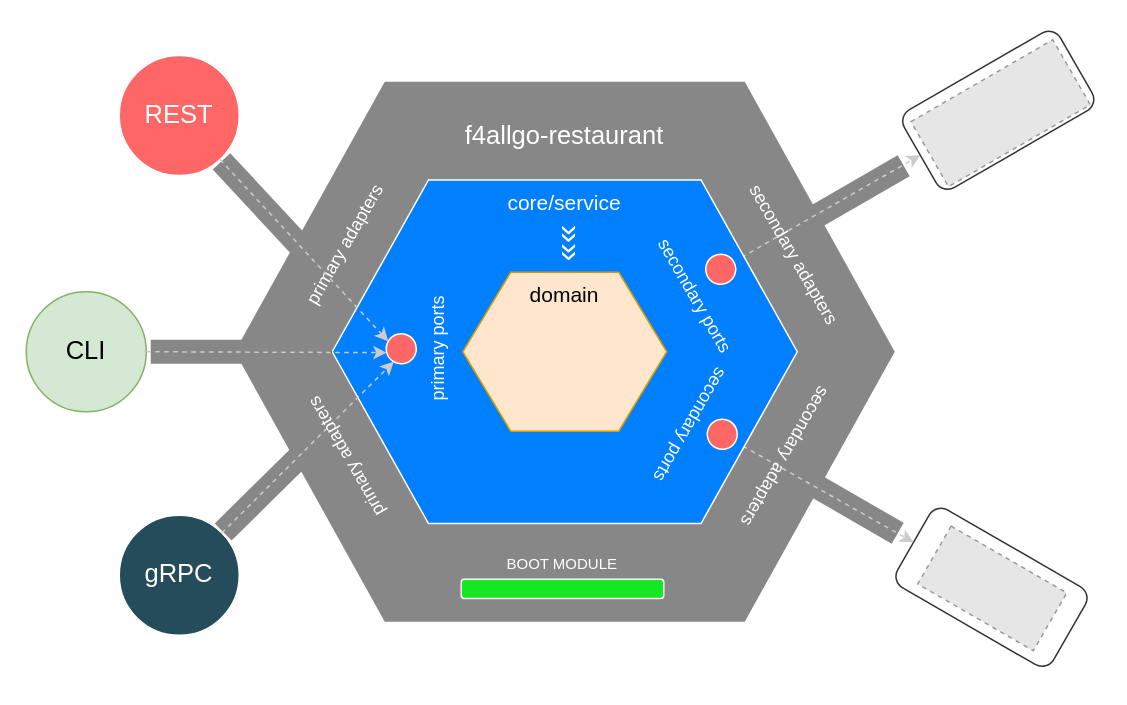
3rs4lg4d0/f4allgo-restaurant keeps this draw.io diagram as assets/draw.io/f4allgo-restaurant-hex-architecture.drawio. Above is the earlier version. Source tidied: cells renumbered, new cells numbered last; positions are measured from the earlier drawing's top-left corner, leaving out a move shared by most shapes. Both pictures are drawn from the tidied source at 150%, with x=0, y=0 at pixel (26, 56). Pictures stored in the file or linked from it are replaced by grey dashed boxes.
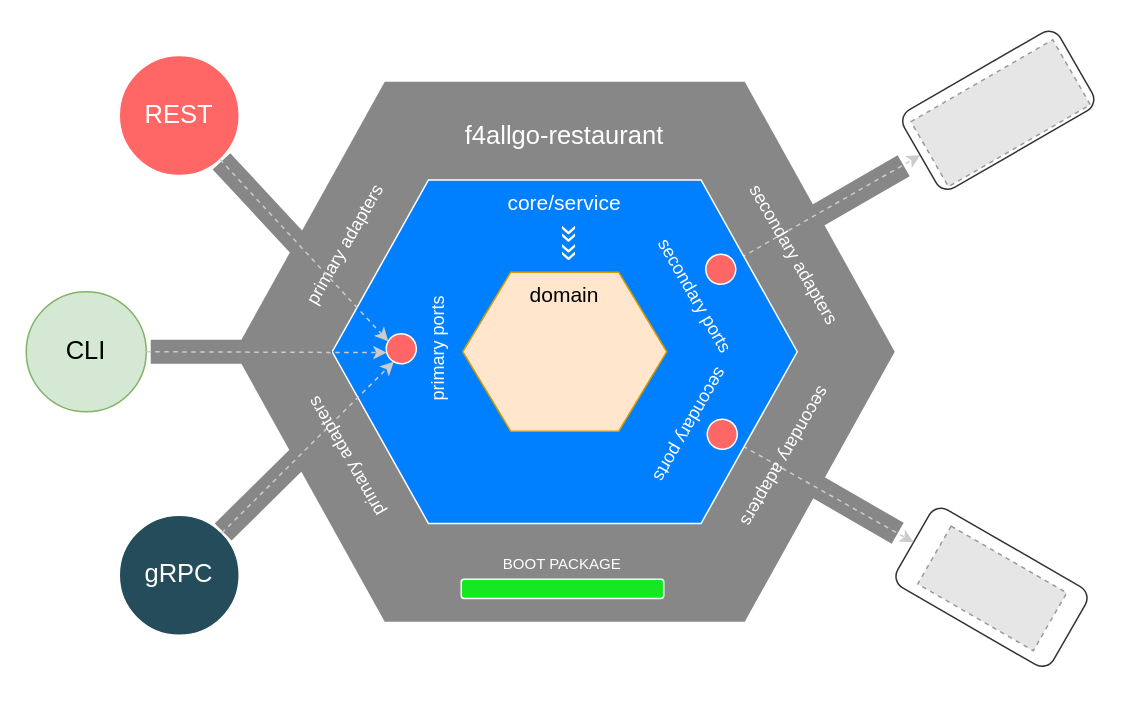
Above is the later version.

Commit message (it also covers changes not shown here):
chore: update diagram and workflow to ignore assets

Diff of the diagram source:
```diff
@@
-    <mxCell id="33" value="BOOT MODULE" style="text;html=1;strokeColor=none;fillColor=none;align=center;verticalAlign=middle;whiteSpace=wrap;rounded=0;labelBackgroundColor=none;fontSize=10;fontColor=#FFFFFF;rotation=0;" parent="1" vertex="1">
+    <mxCell id="33" value="BOOT PACKAGE" style="text;html=1;strokeColor=none;fillColor=none;align=center;verticalAlign=middle;whiteSpace=wrap;rounded=0;labelBackgroundColor=none;fontSize=10;fontColor=#FFFFFF;rotation=0;" parent="1" vertex="1">
       <mxGeometry x="298.8" y="322.7" width="116.5" height="30" as="geometry" />
     </mxCell>
```
